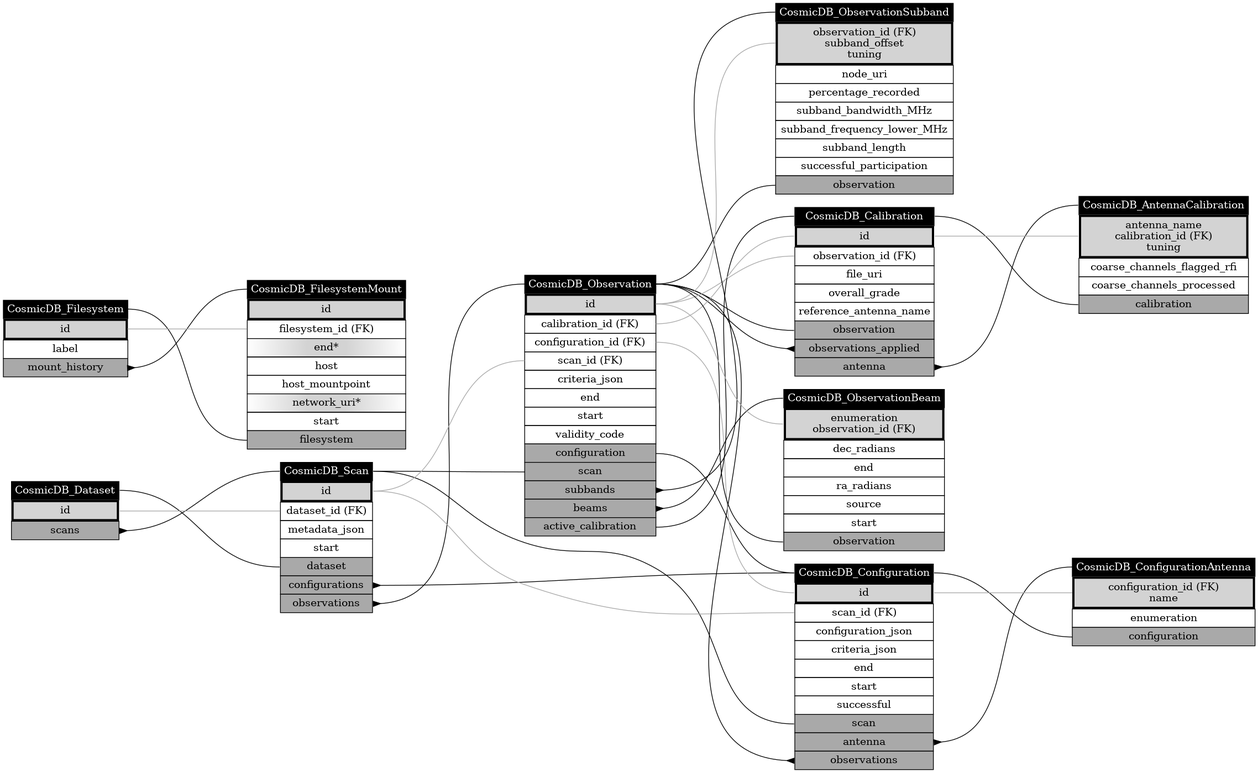
The Graphviz diagram docs/classes_Operation.png in COSMIC-SETI/COSMIC-VLA-Database, before a commit. Its source is kept beside it as docs/classes_Operation.dot.
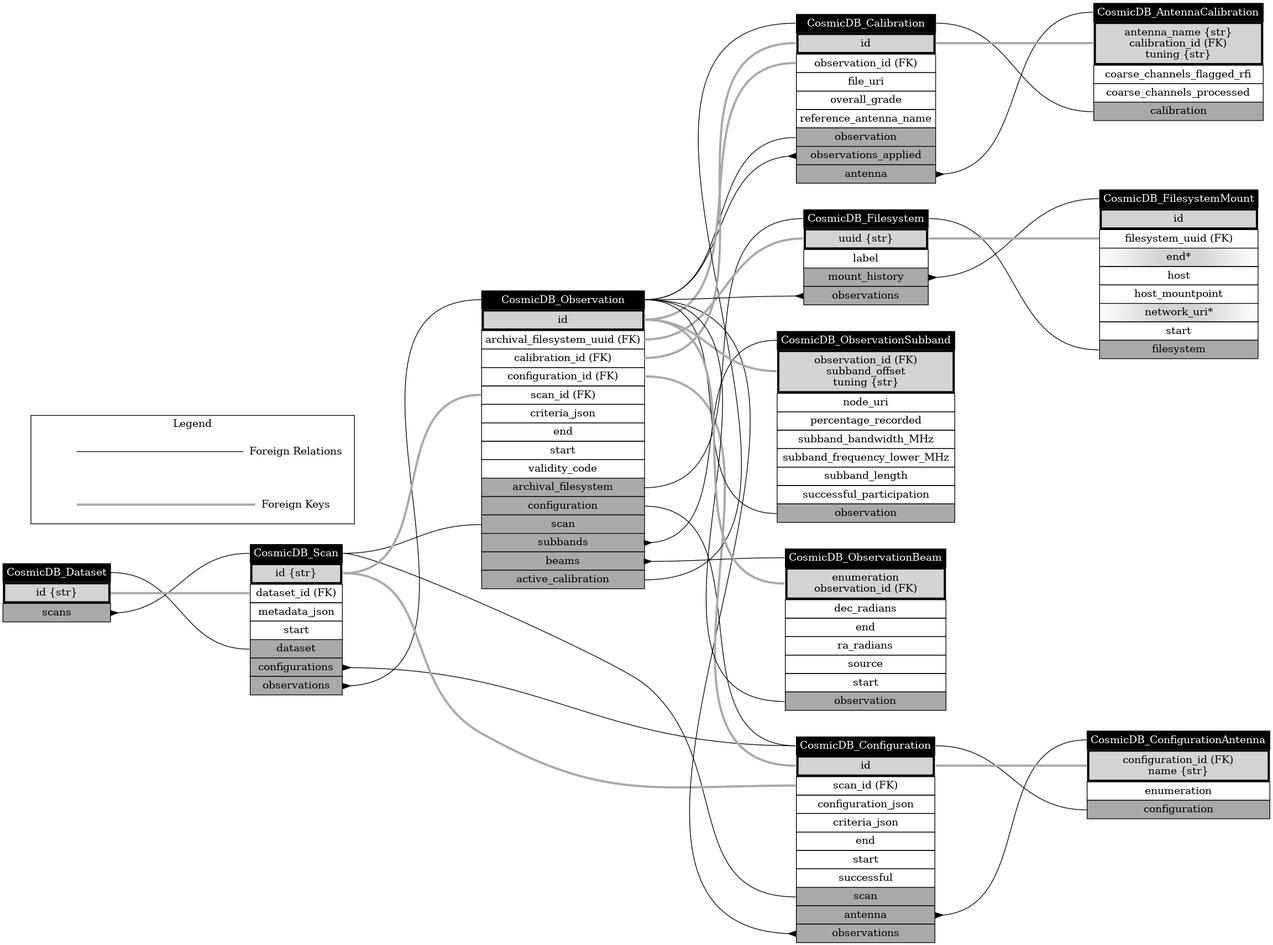
The same file after the commit.

The edit, as a diff of the source:
```diff
@@ -1,15 +1,16 @@
 digraph CosmicDB_Operation {
 layout=dot;
+nodesep=0.5;
 rankdir=LR;
-ranksep="2.25";
+ranksep=2.5;
 CosmicDB_Dataset [label=<<table border="0" cellborder="1" cellspacing="0" cellpadding="4">
 	<tr><td bgcolor="black" port="class"><font color="white">CosmicDB_Dataset</font></td></tr>
-	<tr><td port="pk" bgcolor="lightgrey" border="3">id</td></tr>
+	<tr><td port="pk" bgcolor="lightgrey" border="3">id {str}</td></tr>
 	<tr><td bgcolor="darkgrey" port="scans">scans</td></tr>
 </table>>, shape=plain];
 CosmicDB_Scan [label=<<table border="0" cellborder="1" cellspacing="0" cellpadding="4">
 	<tr><td bgcolor="black" port="class"><font color="white">CosmicDB_Scan</font></td></tr>
-	<tr><td port="pk" bgcolor="lightgrey" border="3">id</td></tr>
+	<tr><td port="pk" bgcolor="lightgrey" border="3">id {str}</td></tr>
 	<tr><td port="dataset_id">dataset_id (FK)</td></tr>
 	<tr><td port="metadata_json">metadata_json</td></tr>
 	<tr><td port="start">start</td></tr>
@@ -32,7 +33,7 @@
 </table>>, shape=plain];
 CosmicDB_ConfigurationAntenna [label=<<table border="0" cellborder="1" cellspacing="0" cellpadding="4">
 	<tr><td bgcolor="black" port="class"><font color="white">CosmicDB_ConfigurationAntenna</font></td></tr>
-	<tr><td port="pk" bgcolor="lightgrey" border="3">configuration_id (FK)<br/>name</td></tr>
+	<tr><td port="pk" bgcolor="lightgrey" border="3">configuration_id (FK)<br/>name {str}</td></tr>
 	<tr><td port="enumeration">enumeration</td></tr>
 	<tr><td bgcolor="darkgrey" port="configuration">configuration</td></tr>
 </table>>, shape=plain];
@@ -49,7 +50,7 @@
 </table>>, shape=plain];
 CosmicDB_AntennaCalibration [label=<<table border="0" cellborder="1" cellspacing="0" cellpadding="4">
 	<tr><td bgcolor="black" port="class"><font color="white">CosmicDB_AntennaCalibration</font></td></tr>
-	<tr><td port="pk" bgcolor="lightgrey" border="3">antenna_name<br/>calibration_id (FK)<br/>tuning</td></tr>
+	<tr><td port="pk" bgcolor="lightgrey" border="3">antenna_name {str}<br/>calibration_id (FK)<br/>tuning {str}</td></tr>
 	<tr><td port="coarse_channels_flagged_rfi">coarse_channels_flagged_rfi</td></tr>
 	<tr><td port="coarse_channels_processed">coarse_channels_processed</td></tr>
 	<tr><td bgcolor="darkgrey" port="calibration">calibration</td></tr>
@@ -57,6 +58,7 @@
 CosmicDB_Observation [label=<<table border="0" cellborder="1" cellspacing="0" cellpadding="4">
 	<tr><td bgcolor="black" port="class"><font color="white">CosmicDB_Observation</font></td></tr>
 	<tr><td port="pk" bgcolor="lightgrey" border="3">id</td></tr>
+	<tr><td port="archival_filesystem_uuid">archival_filesystem_uuid (FK)</td></tr>
 	<tr><td port="calibration_id">calibration_id (FK)</td></tr>
 	<tr><td port="configuration_id">configuration_id (FK)</td></tr>
 	<tr><td port="scan_id">scan_id (FK)</td></tr>
@@ -64,6 +66,7 @@
 	<tr><td port="end">end</td></tr>
 	<tr><td port="start">start</td></tr>
 	<tr><td port="validity_code">validity_code</td></tr>
+	<tr><td bgcolor="darkgrey" port="archival_filesystem">archival_filesystem</td></tr>
 	<tr><td bgcolor="darkgrey" port="configuration">configuration</td></tr>
 	<tr><td bgcolor="darkgrey" port="scan">scan</td></tr>
 	<tr><td bgcolor="darkgrey" port="subbands">subbands</td></tr>
@@ -72,7 +75,7 @@
 </table>>, shape=plain];
 CosmicDB_ObservationSubband [label=<<table border="0" cellborder="1" cellspacing="0" cellpadding="4">
 	<tr><td bgcolor="black" port="class"><font color="white">CosmicDB_ObservationSubband</font></td></tr>
-	<tr><td port="pk" bgcolor="lightgrey" border="3">observation_id (FK)<br/>subband_offset<br/>tuning</td></tr>
+	<tr><td port="pk" bgcolor="lightgrey" border="3">observation_id (FK)<br/>subband_offset<br/>tuning {str}</td></tr>
 	<tr><td port="node_uri">node_uri</td></tr>
 	<tr><td port="percentage_recorded">percentage_recorded</td></tr>
 	<tr><td port="subband_bandwidth_MHz">subband_bandwidth_MHz</td></tr>
@@ -93,14 +96,15 @@
 </table>>, shape=plain];
 CosmicDB_Filesystem [label=<<table border="0" cellborder="1" cellspacing="0" cellpadding="4">
 	<tr><td bgcolor="black" port="class"><font color="white">CosmicDB_Filesystem</font></td></tr>
-	<tr><td port="pk" bgcolor="lightgrey" border="3">id</td></tr>
+	<tr><td port="pk" bgcolor="lightgrey" border="3">uuid {str}</td></tr>
 	<tr><td port="label">label</td></tr>
 	<tr><td bgcolor="darkgrey" port="mount_history">mount_history</td></tr>
+	<tr><td bgcolor="darkgrey" port="observations">observations</td></tr>
 </table>>, shape=plain];
 CosmicDB_FilesystemMount [label=<<table border="0" cellborder="1" cellspacing="0" cellpadding="4">
 	<tr><td bgcolor="black" port="class"><font color="white">CosmicDB_FilesystemMount</font></td></tr>
 	<tr><td port="pk" bgcolor="lightgrey" border="3">id</td></tr>
-	<tr><td port="filesystem_id">filesystem_id (FK)</td></tr>
+	<tr><td port="filesystem_uuid">filesystem_uuid (FK)</td></tr>
 	<tr><td port="end" bgcolor="lightgrey:white" style="radial">end*</td></tr>
 	<tr><td port="host">host</td></tr>
 	<tr><td port="host_mountpoint">host_mountpoint</td></tr>
@@ -120,6 +124,7 @@
 CosmicDB_Calibration:observations_applied -> CosmicDB_Observation:class  [arrowtail=inv, dir=back];
 CosmicDB_Calibration:antenna -> CosmicDB_AntennaCalibration:class  [arrowtail=inv, dir=back];
 CosmicDB_AntennaCalibration:calibration -> CosmicDB_Calibration:class  [arrowtail=none, dir=back];
+CosmicDB_Observation:archival_filesystem -> CosmicDB_Filesystem:class  [arrowtail=none, dir=back];
 CosmicDB_Observation:configuration -> CosmicDB_Configuration:class  [arrowtail=none, dir=back];
 CosmicDB_Observation:scan -> CosmicDB_Scan:class  [arrowtail=none, dir=back];
 CosmicDB_Observation:subbands -> CosmicDB_ObservationSubband:class  [arrowtail=inv, dir=back];
@@ -128,16 +133,29 @@
 CosmicDB_ObservationSubband:observation -> CosmicDB_Observation:class  [arrowtail=none, dir=back];
 CosmicDB_ObservationBeam:observation -> CosmicDB_Observation:class  [arrowtail=none, dir=back];
 CosmicDB_Filesystem:mount_history -> CosmicDB_FilesystemMount:class  [arrowtail=inv, dir=back];
+CosmicDB_Filesystem:observations -> CosmicDB_Observation:class  [arrowtail=inv, dir=back];
 CosmicDB_FilesystemMount:filesystem -> CosmicDB_Filesystem:class  [arrowtail=none, dir=back];
-CosmicDB_Scan:dataset_id -> CosmicDB_Dataset:pk  [arrowtail=none, color=darkgrey, dir=back];
-CosmicDB_Configuration:scan_id -> CosmicDB_Scan:pk  [arrowtail=none, color=darkgrey, dir=back];
-CosmicDB_ConfigurationAntenna:pk -> CosmicDB_Configuration:pk  [arrowtail=none, color=darkgrey, dir=back];
-CosmicDB_Calibration:observation_id -> CosmicDB_Observation:pk  [arrowtail=none, color=darkgrey, dir=back];
-CosmicDB_AntennaCalibration:pk -> CosmicDB_Calibration:pk  [arrowtail=none, color=darkgrey, dir=back];
-CosmicDB_Observation:calibration_id -> CosmicDB_Calibration:pk  [arrowtail=none, color=darkgrey, dir=back];
-CosmicDB_Observation:configuration_id -> CosmicDB_Configuration:pk  [arrowtail=none, color=darkgrey, dir=back];
-CosmicDB_Observation:scan_id -> CosmicDB_Scan:pk  [arrowtail=none, color=darkgrey, dir=back];
-CosmicDB_ObservationSubband:pk -> CosmicDB_Observation:pk  [arrowtail=none, color=darkgrey, dir=back];
-CosmicDB_ObservationBeam:pk -> CosmicDB_Observation:pk  [arrowtail=none, color=darkgrey, dir=back];
-CosmicDB_FilesystemMount:filesystem_id -> CosmicDB_Filesystem:pk  [arrowtail=none, color=darkgrey, dir=back];
+CosmicDB_Scan:dataset_id -> CosmicDB_Dataset:pk  [arrowtail=none, color=darkgrey, dir=back, penwidth=3.0];
+CosmicDB_Configuration:scan_id -> CosmicDB_Scan:pk  [arrowtail=none, color=darkgrey, dir=back, penwidth=3.0];
+CosmicDB_ConfigurationAntenna:pk -> CosmicDB_Configuration:pk  [arrowtail=none, color=darkgrey, dir=back, penwidth=3.0];
+CosmicDB_Calibration:observation_id -> CosmicDB_Observation:pk  [arrowtail=none, color=darkgrey, dir=back, penwidth=3.0];
+CosmicDB_AntennaCalibration:pk -> CosmicDB_Calibration:pk  [arrowtail=none, color=darkgrey, dir=back, penwidth=3.0];
+CosmicDB_Observation:archival_filesystem_uuid -> CosmicDB_Filesystem:pk  [arrowtail=none, color=darkgrey, dir=back, penwidth=3.0];
+CosmicDB_Observation:calibration_id -> CosmicDB_Calibration:pk  [arrowtail=none, color=darkgrey, dir=back, penwidth=3.0];
+CosmicDB_Observation:configuration_id -> CosmicDB_Configuration:pk  [arrowtail=none, color=darkgrey, dir=back, penwidth=3.0];
+CosmicDB_Observation:scan_id -> CosmicDB_Scan:pk  [arrowtail=none, color=darkgrey, dir=back, penwidth=3.0];
+CosmicDB_ObservationSubband:pk -> CosmicDB_Observation:pk  [arrowtail=none, color=darkgrey, dir=back, penwidth=3.0];
+CosmicDB_ObservationBeam:pk -> CosmicDB_Observation:pk  [arrowtail=none, color=darkgrey, dir=back, penwidth=3.0];
+CosmicDB_FilesystemMount:filesystem_uuid -> CosmicDB_Filesystem:pk  [arrowtail=none, color=darkgrey, dir=back, penwidth=3.0];
+subgraph legend {
+cluster=True;
+label="Legend";
+"Foreign Relations_0" [label="", shape=none];
+"Foreign Relations_1" [label="Foreign Relations", shape=none];
+"Foreign Relations_0" -> "Foreign Relations_1"  [arrowtail=none, color=black, dir=back];
+"Foreign Keys_0" [label="", shape=none];
+"Foreign Keys_1" [label="Foreign Keys", shape=none];
+"Foreign Keys_0" -> "Foreign Keys_1"  [arrowtail=none, color=darkgrey, dir=back, penwidth=3.0];
 }
+
+}
```
